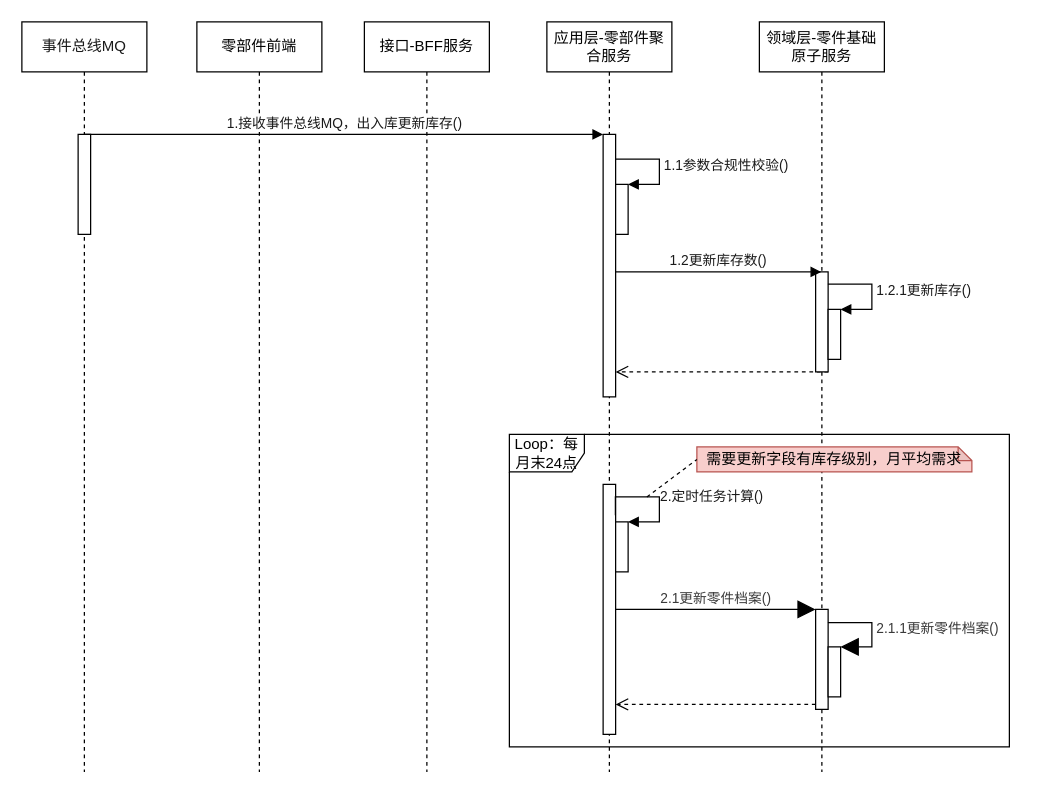
This is page "更新库存-行为" (3 of 5) of 库存管理-零件档案管理.drawio from 1132489442/gitRepository1, a draw.io file, before an edit. Source tidied: cells renumbered, new cells numbered last; positions are measured from the earlier drawing's top-left corner, leaving out a move shared by most shapes. Both pictures are drawn from the tidied source at 125%, with x=0, y=0 at pixel (21, 21).
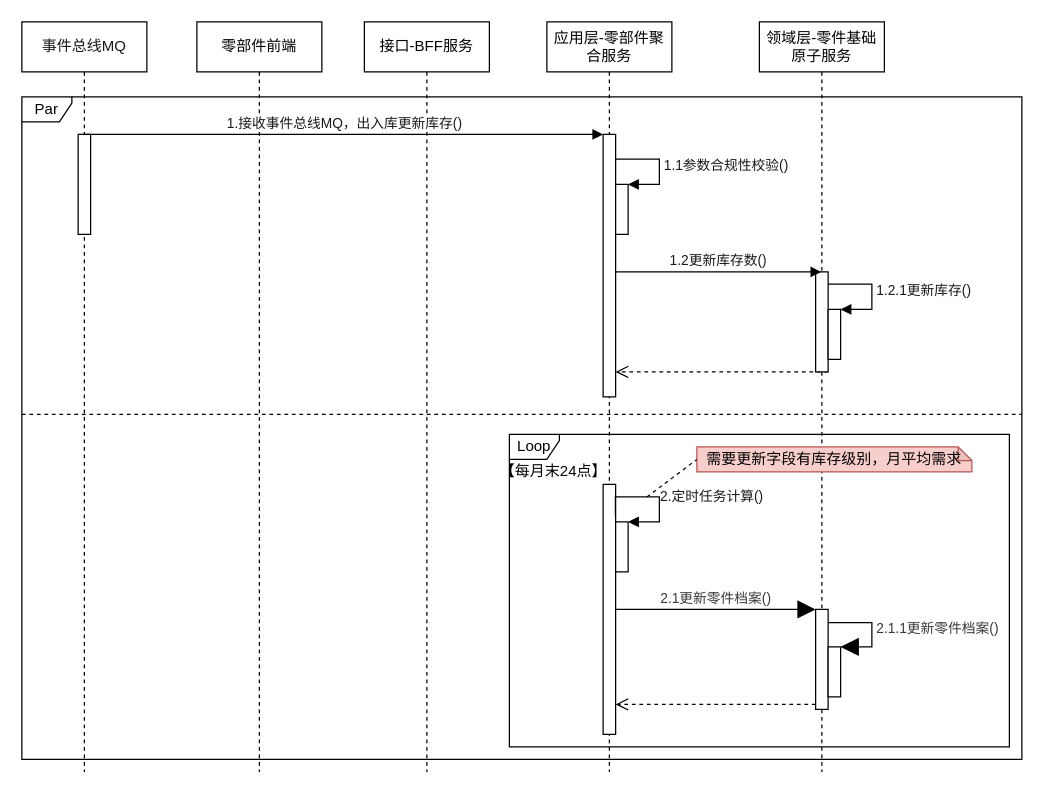
The same diagram, later.

What changed in the source:
```diff
@@
-    <mxCell id="23" value="&lt;span style=&quot;color: rgb(0 , 0 , 0)&quot;&gt;Loop：每月末24点&lt;/span&gt;" style="shape=umlFrame;whiteSpace=wrap;html=1;fontColor=#393939;fillColor=#FFFFFF;" parent="1" vertex="1">
+    <mxCell id="23" value="&lt;span style=&quot;color: rgb(0 , 0 , 0)&quot;&gt;Loop&lt;/span&gt;" style="shape=umlFrame;whiteSpace=wrap;html=1;fontColor=#393939;fillColor=#FFFFFF;width=40;height=20;" parent="1" vertex="1">
       <mxGeometry x="390" y="330" width="400" height="250" as="geometry" />
     </mxCell>
@@
+    <mxCell id="28" value="【&lt;span&gt;每月末24点&lt;/span&gt;】" style="text;html=1;align=center;verticalAlign=middle;strokeColor=none;fillColor=none;" parent="1" vertex="1">
+      <mxGeometry x="375" y="350" width="100" height="20" as="geometry" />
+    </mxCell>
+    <mxCell id="29" value="Par" style="shape=umlFrame;whiteSpace=wrap;html=1;width=40;height=20;" parent="1" vertex="1">
+      <mxGeometry y="60" width="800" height="530" as="geometry" />
+    </mxCell>
+    <mxCell id="30" style="line;strokeWidth=1;fillColor=none;align=left;verticalAlign=middle;spacingTop=-1;spacingLeft=3;spacingRight=3;labelPosition=right;dashed=1;" parent="1" vertex="1">
+      <mxGeometry y="310" width="800" height="8" as="geometry" />
+    </mxCell>
```
